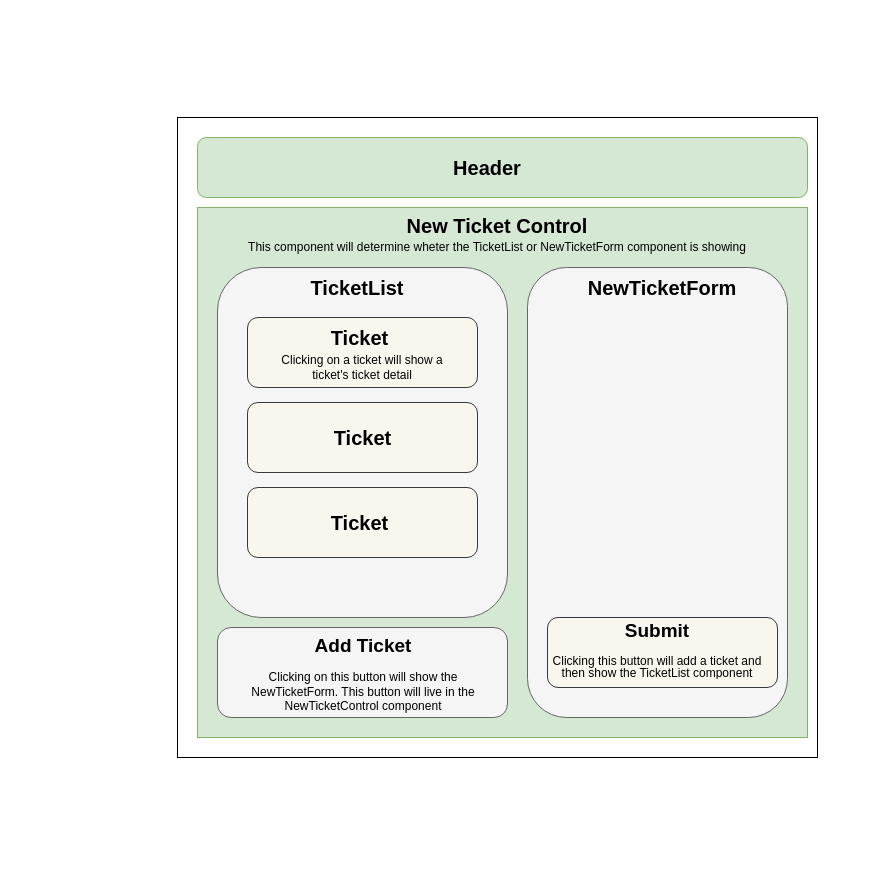
fc-dogan/help-queue keeps this draw.io diagram as img/diagram.drawio. Above is the earlier version. Source tidied: cells renumbered, new cells numbered last; positions are measured from the earlier drawing's top-left corner, leaving out a move shared by most shapes. Both pictures are drawn from the tidied source at 100%, with x=0, y=0 at pixel (177, 117).
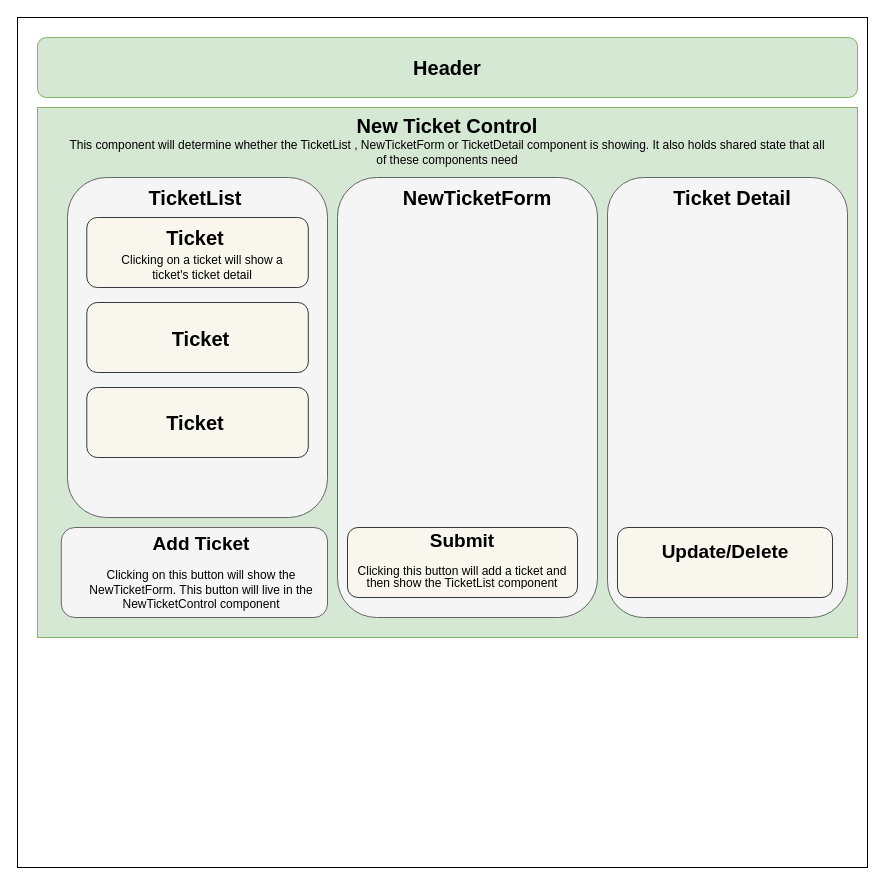
Above is the later version.

Commit message (it also covers changes not shown here):
update component diagram to add TicketDetail componen

Diff of the diagram source:
```diff
@@
     <mxCell id="2" style="whiteSpace=wrap;html=1;" parent="1" vertex="1">
-      <mxGeometry width="640" height="640" as="geometry" />
+      <mxGeometry x="-160" y="-100" width="850" height="850" as="geometry" />
     </mxCell>
     <mxCell id="3" style="rounded=0;whiteSpace=wrap;html=1;verticalAlign=middle;fillColor=#d5e8d4;strokeColor=#82b366;" parent="1" vertex="1">
-      <mxGeometry x="20" y="90" width="610" height="530" as="geometry" />
+      <mxGeometry x="-140" y="-10" width="820" height="530" as="geometry" />
     </mxCell>
-    <mxCell id="4" style="rounded=1;whiteSpace=wrap;html=1;fillColor=#d5e8d4;strokeColor=#82b366;" parent="1" vertex="1">
-      <mxGeometry x="20" y="20" width="610" height="60" as="geometry" />
-    </mxCell>
+    <mxCell id="23" style="group;" parent="1" vertex="1">
+      <mxGeometry x="-110" y="50" width="260" height="350" as="geometry" />
+    </mxCell>
+    <mxCell id="24" style="group;" parent="23" vertex="1">
+      <mxGeometry width="260" height="350" as="geometry" />
+    </mxCell>
-    <mxCell id="5" style="rounded=1;whiteSpace=wrap;html=1;fillColor=#f5f5f5;strokeColor=#666666;fontColor=#333333;" parent="1" vertex="1">
-      <mxGeometry x="40" y="150" width="290" height="350" as="geometry" />
+    <mxCell id="5" style="rounded=1;whiteSpace=wrap;html=1;fillColor=#f5f5f5;strokeColor=#666666;fontColor=#333333;" parent="24" vertex="1">
+      <mxGeometry y="10" width="260" height="340" as="geometry" />
     </mxCell>
-    <mxCell id="6" style="rounded=1;whiteSpace=wrap;html=1;fillColor=#f5f5f5;strokeColor=#666666;fontColor=#333333;" parent="1" vertex="1">
-      <mxGeometry x="350" y="150" width="260" height="450" as="geometry" />
-    </mxCell>
-    <mxCell id="7" style="rounded=1;whiteSpace=wrap;html=1;fillColor=#f5f5f5;strokeColor=#666666;fontColor=#333333;" parent="1" vertex="1">
-      <mxGeometry x="40" y="510" width="290" height="90" as="geometry" />
-    </mxCell>
-    <mxCell id="8" value="&lt;b style=&quot;font-size: 20px&quot;&gt;Header&lt;/b&gt;" style="text;html=1;strokeColor=none;fillColor=none;align=center;verticalAlign=middle;whiteSpace=wrap;rounded=0;" parent="1" vertex="1">
-      <mxGeometry x="290" y="40" width="40" height="20" as="geometry" />
-    </mxCell>
-    <mxCell id="9" value="&lt;font style=&quot;font-size: 20px&quot;&gt;&lt;b&gt;New Ticket Control&lt;/b&gt;&lt;br&gt;&lt;br&gt;&lt;/font&gt;" style="text;html=1;strokeColor=none;fillColor=none;align=center;verticalAlign=middle;whiteSpace=wrap;rounded=0;" parent="1" vertex="1">
-      <mxGeometry x="115" y="100" width="410" height="40" as="geometry" />
-    </mxCell>
-    <mxCell id="10" value="This component will determine wheter the TicketList or NewTicketForm component is showing" style="text;html=1;strokeColor=none;fillColor=none;align=center;verticalAlign=middle;whiteSpace=wrap;rounded=0;" parent="1" vertex="1">
-      <mxGeometry x="70" y="120" width="500" height="20" as="geometry" />
-    </mxCell>
-    <mxCell id="11" value="&lt;span style=&quot;font-size: 20px&quot;&gt;&lt;b&gt;TicketList&lt;/b&gt;&lt;/span&gt;" style="text;html=1;strokeColor=none;fillColor=none;align=center;verticalAlign=middle;whiteSpace=wrap;rounded=0;" parent="1" vertex="1">
-      <mxGeometry x="110" y="160" width="140" height="20" as="geometry" />
-    </mxCell>
-    <mxCell id="12" value="&lt;font style=&quot;font-size: 20px&quot;&gt;&lt;b&gt;NewTicketForm&lt;/b&gt;&lt;/font&gt;" style="text;html=1;strokeColor=none;fillColor=none;align=center;verticalAlign=middle;whiteSpace=wrap;rounded=0;" parent="1" vertex="1">
-      <mxGeometry x="380" y="160" width="210" height="20" as="geometry" />
-    </mxCell>
-    <mxCell id="13" style="rounded=1;whiteSpace=wrap;html=1;fillColor=#f9f7ed;strokeColor=#36393d;" parent="1" vertex="1">
-      <mxGeometry x="70" y="200" width="230" height="70" as="geometry" />
+    <mxCell id="13" style="rounded=1;whiteSpace=wrap;html=1;fillColor=#f9f7ed;strokeColor=#36393d;" parent="24" vertex="1">
+      <mxGeometry x="19.3" y="50" width="221.5" height="70" as="geometry" />
     </mxCell>
-    <mxCell id="14" value="&lt;font style=&quot;font-size: 20px&quot;&gt;&lt;b&gt;Ticket&lt;/b&gt;&lt;/font&gt;" style="text;html=1;strokeColor=none;fillColor=none;align=center;verticalAlign=middle;whiteSpace=wrap;rounded=0;" parent="1" vertex="1">
-      <mxGeometry x="135" y="210" width="95" height="20" as="geometry" />
+    <mxCell id="14" value="&lt;font style=&quot;font-size: 20px&quot;&gt;&lt;b&gt;Ticket&lt;/b&gt;&lt;/font&gt;" style="text;html=1;strokeColor=none;fillColor=none;align=center;verticalAlign=middle;whiteSpace=wrap;rounded=0;" parent="24" vertex="1">
+      <mxGeometry x="81.9" y="60" width="91.5" height="20" as="geometry" />
     </mxCell>
-    <mxCell id="15" style="rounded=1;whiteSpace=wrap;html=1;fillColor=#f9f7ed;strokeColor=#36393d;" parent="1" vertex="1">
-      <mxGeometry x="70" y="285" width="230" height="70" as="geometry" />
+    <mxCell id="15" style="rounded=1;whiteSpace=wrap;html=1;fillColor=#f9f7ed;strokeColor=#36393d;" parent="24" vertex="1">
+      <mxGeometry x="19.3" y="135" width="221.5" height="70" as="geometry" />
     </mxCell>
-    <mxCell id="16" value="&lt;font style=&quot;font-size: 20px&quot;&gt;&lt;b&gt;Ticket&lt;/b&gt;&lt;/font&gt;" style="text;html=1;strokeColor=none;fillColor=none;align=center;verticalAlign=middle;whiteSpace=wrap;rounded=0;" parent="1" vertex="1">
-      <mxGeometry x="137.5" y="310" width="95" height="20" as="geometry" />
+    <mxCell id="16" value="&lt;font style=&quot;font-size: 20px&quot;&gt;&lt;b&gt;Ticket&lt;/b&gt;&lt;/font&gt;" style="text;html=1;strokeColor=none;fillColor=none;align=center;verticalAlign=middle;whiteSpace=wrap;rounded=0;" parent="24" vertex="1">
+      <mxGeometry x="84.3" y="160" width="98.7" height="21.6" as="geometry" />
     </mxCell>
-    <mxCell id="17" style="rounded=1;whiteSpace=wrap;html=1;fillColor=#f9f7ed;strokeColor=#36393d;" parent="1" vertex="1">
-      <mxGeometry x="70" y="370" width="230" height="70" as="geometry" />
+    <mxCell id="17" style="rounded=1;whiteSpace=wrap;html=1;fillColor=#f9f7ed;strokeColor=#36393d;" parent="24" vertex="1">
+      <mxGeometry x="19.3" y="220" width="221.5" height="70" as="geometry" />
     </mxCell>
-    <mxCell id="18" value="&lt;font style=&quot;font-size: 20px&quot;&gt;&lt;b&gt;Ticket&lt;/b&gt;&lt;/font&gt;" style="text;html=1;strokeColor=none;fillColor=none;align=center;verticalAlign=middle;whiteSpace=wrap;rounded=0;" parent="1" vertex="1">
-      <mxGeometry x="135" y="395" width="95" height="20" as="geometry" />
+    <mxCell id="18" value="&lt;font style=&quot;font-size: 20px&quot;&gt;&lt;b&gt;Ticket&lt;/b&gt;&lt;/font&gt;" style="text;html=1;strokeColor=none;fillColor=none;align=center;verticalAlign=middle;whiteSpace=wrap;rounded=0;" parent="24" vertex="1">
+      <mxGeometry x="81.9" y="245" width="91.5" height="20" as="geometry" />
     </mxCell>
+    <mxCell id="11" value="&lt;span style=&quot;font-size: 20px&quot;&gt;&lt;b&gt;TicketList&lt;/b&gt;&lt;/span&gt;" style="text;html=1;strokeColor=none;fillColor=none;align=center;verticalAlign=middle;whiteSpace=wrap;rounded=0;" parent="24" vertex="1">
+      <mxGeometry x="57.6" y="20" width="140" height="20" as="geometry" />
+    </mxCell>
+    <mxCell id="4" style="rounded=1;whiteSpace=wrap;html=1;fillColor=#d5e8d4;strokeColor=#82b366;" parent="1" vertex="1">
+      <mxGeometry x="-140" y="-80" width="820" height="60" as="geometry" />
+    </mxCell>
+    <mxCell id="6" style="rounded=1;whiteSpace=wrap;html=1;fillColor=#f5f5f5;strokeColor=#666666;fontColor=#333333;" parent="1" vertex="1">
+      <mxGeometry x="160" y="60" width="260" height="440" as="geometry" />
+    </mxCell>
+    <mxCell id="8" value="&lt;b style=&quot;font-size: 20px&quot;&gt;Header&lt;/b&gt;" style="text;html=1;strokeColor=none;fillColor=none;align=center;verticalAlign=middle;whiteSpace=wrap;rounded=0;" parent="1" vertex="1">
+      <mxGeometry x="250" y="-60" width="40" height="20" as="geometry" />
+    </mxCell>
+    <mxCell id="9" value="&lt;font style=&quot;font-size: 20px&quot;&gt;&lt;b&gt;New Ticket Control&lt;/b&gt;&lt;br&gt;&lt;br&gt;&lt;/font&gt;" style="text;html=1;strokeColor=none;fillColor=none;align=center;verticalAlign=middle;whiteSpace=wrap;rounded=0;" parent="1" vertex="1">
+      <mxGeometry x="65" width="410" height="40" as="geometry" />
+    </mxCell>
     <mxCell id="19" value="Clicking on a ticket will show a ticket's ticket detail" style="text;html=1;strokeColor=none;fillColor=none;align=center;verticalAlign=middle;whiteSpace=wrap;rounded=0;" parent="1" vertex="1">
-      <mxGeometry x="90" y="240" width="190" height="20" as="geometry" />
+      <mxGeometry x="-70" y="140" width="190" height="20" as="geometry" />
     </mxCell>
-    <mxCell id="20" value="&lt;h1 style=&quot;text-align: center ; font-size: 19px&quot;&gt;&lt;font style=&quot;font-size: 19px&quot;&gt;&lt;font style=&quot;font-size: 19px ; line-height: 100%&quot;&gt;Add &lt;/font&gt;&lt;font style=&quot;font-size: 19px&quot;&gt;Ticket&lt;/font&gt;&lt;/font&gt;&lt;/h1&gt;&lt;div style=&quot;text-align: center&quot;&gt;&lt;font style=&quot;font-size: 12px&quot;&gt;Clicking on this button will show the NewTicketForm. This button will live in the NewTicketControl component&lt;/font&gt;&lt;/div&gt;&lt;div&gt;&lt;br&gt;&lt;/div&gt;" style="text;html=1;strokeColor=none;fillColor=none;spacing=5;spacingTop=-20;whiteSpace=wrap;overflow=hidden;rounded=0;imageAlign=left;" parent="1" vertex="1">
-      <mxGeometry x="50" y="515" width="270" height="85" as="geometry" />
-    </mxCell>
+    <mxCell id="10" value="This component will determine whether the TicketList , NewTicketForm or TicketDetail component is showing. It also holds shared state that all of these components need" style="text;html=1;strokeColor=none;fillColor=none;align=center;verticalAlign=middle;whiteSpace=wrap;rounded=0;" parent="1" vertex="1">
+      <mxGeometry x="-110" y="20" width="760" height="30" as="geometry" />
+    </mxCell>
+    <mxCell id="25" style="group;" parent="1" vertex="1">
+      <mxGeometry x="170" y="410" width="230" height="70" as="geometry" />
+    </mxCell>
-    <mxCell id="21" style="rounded=1;whiteSpace=wrap;html=1;fillColor=#f9f7ed;strokeColor=#36393d;" parent="1" vertex="1">
-      <mxGeometry x="370" y="500" width="230" height="70" as="geometry" />
+    <mxCell id="21" style="rounded=1;whiteSpace=wrap;html=1;fillColor=#f9f7ed;strokeColor=#36393d;" parent="25" vertex="1">
+      <mxGeometry width="230" height="70" as="geometry" />
     </mxCell>
-    <mxCell id="22" value="&lt;h1 style=&quot;font-size: 19px&quot;&gt;Submit&lt;/h1&gt;&lt;div style=&quot;line-height: 100%&quot;&gt;Clicking this button will add a ticket and then show the TicketList component&lt;/div&gt;" style="text;html=1;strokeColor=none;fillColor=none;spacing=5;spacingTop=-20;whiteSpace=wrap;overflow=hidden;rounded=0;imageAlign=left;align=center;" parent="1" vertex="1">
-      <mxGeometry x="370" y="500" width="220" height="70" as="geometry" />
+    <mxCell id="22" value="&lt;h1 style=&quot;font-size: 19px&quot;&gt;Submit&lt;/h1&gt;&lt;div style=&quot;line-height: 100%&quot;&gt;Clicking this button will add a ticket and then show the TicketList component&lt;/div&gt;" style="text;html=1;strokeColor=none;fillColor=none;spacing=5;spacingTop=-20;whiteSpace=wrap;overflow=hidden;rounded=0;imageAlign=left;align=center;" parent="25" vertex="1">
+      <mxGeometry x="5" width="220" height="70" as="geometry" />
     </mxCell>
+    <mxCell id="26" style="group;" parent="1" vertex="1">
+      <mxGeometry x="-116.2" y="410" width="266.2" height="90" as="geometry" />
+    </mxCell>
+    <mxCell id="7" style="rounded=1;whiteSpace=wrap;html=1;fillColor=#f5f5f5;strokeColor=#666666;fontColor=#333333;" parent="26" vertex="1">
+      <mxGeometry width="266.2" height="90" as="geometry" />
+    </mxCell>
+    <mxCell id="20" value="&lt;h1 style=&quot;text-align: center ; font-size: 19px&quot;&gt;&lt;font style=&quot;font-size: 19px&quot;&gt;&lt;font style=&quot;font-size: 19px ; line-height: 100%&quot;&gt;Add &lt;/font&gt;&lt;font style=&quot;font-size: 19px&quot;&gt;Ticket&lt;/font&gt;&lt;/font&gt;&lt;/h1&gt;&lt;div style=&quot;text-align: center&quot;&gt;&lt;font style=&quot;font-size: 12px&quot;&gt;Clicking on this button will show the NewTicketForm. This button will live in the NewTicketControl component&lt;/font&gt;&lt;/div&gt;&lt;div&gt;&lt;br&gt;&lt;/div&gt;" style="text;html=1;strokeColor=none;fillColor=none;spacing=5;spacingTop=-20;whiteSpace=wrap;overflow=hidden;rounded=0;imageAlign=left;" parent="26" vertex="1">
+      <mxGeometry x="14.9" y="2.5" width="247.9" height="85" as="geometry" />
+    </mxCell>
+    <mxCell id="27" style="rounded=1;whiteSpace=wrap;html=1;fillColor=#f5f5f5;strokeColor=#666666;fontColor=#333333;" parent="1" vertex="1">
+      <mxGeometry x="430" y="60" width="240" height="440" as="geometry" />
+    </mxCell>
+    <mxCell id="12" value="&lt;font style=&quot;font-size: 20px&quot;&gt;&lt;b&gt;Ticket Detail&lt;/b&gt;&lt;/font&gt;" style="text;html=1;strokeColor=none;fillColor=none;align=center;verticalAlign=middle;whiteSpace=wrap;rounded=0;" parent="1" vertex="1">
+      <mxGeometry x="450" y="70" width="210" height="20" as="geometry" />
+    </mxCell>
+    <mxCell id="28" value="&lt;font style=&quot;font-size: 20px&quot;&gt;&lt;b&gt;NewTicketForm&lt;/b&gt;&lt;/font&gt;" style="text;html=1;strokeColor=none;fillColor=none;align=center;verticalAlign=middle;whiteSpace=wrap;rounded=0;" parent="1" vertex="1">
+      <mxGeometry x="195" y="70" width="210" height="20" as="geometry" />
+    </mxCell>
+    <mxCell id="29" style="group;" parent="1" vertex="1">
+      <mxGeometry x="440" y="410" width="215" height="70" as="geometry" />
+    </mxCell>
+    <mxCell id="30" style="rounded=1;whiteSpace=wrap;html=1;fillColor=#f9f7ed;strokeColor=#36393d;" parent="29" vertex="1">
+      <mxGeometry width="215" height="70" as="geometry" />
+    </mxCell>
+    <mxCell id="31" value="&lt;h1 style=&quot;font-size: 19px&quot;&gt;Update/Delete&lt;/h1&gt;" style="text;html=1;strokeColor=none;fillColor=none;spacing=5;spacingTop=-20;whiteSpace=wrap;overflow=hidden;rounded=0;imageAlign=left;align=center;verticalAlign=middle;" parent="29" vertex="1">
+      <mxGeometry x="4.7" width="205.7" height="70" as="geometry" />
+    </mxCell>
```
